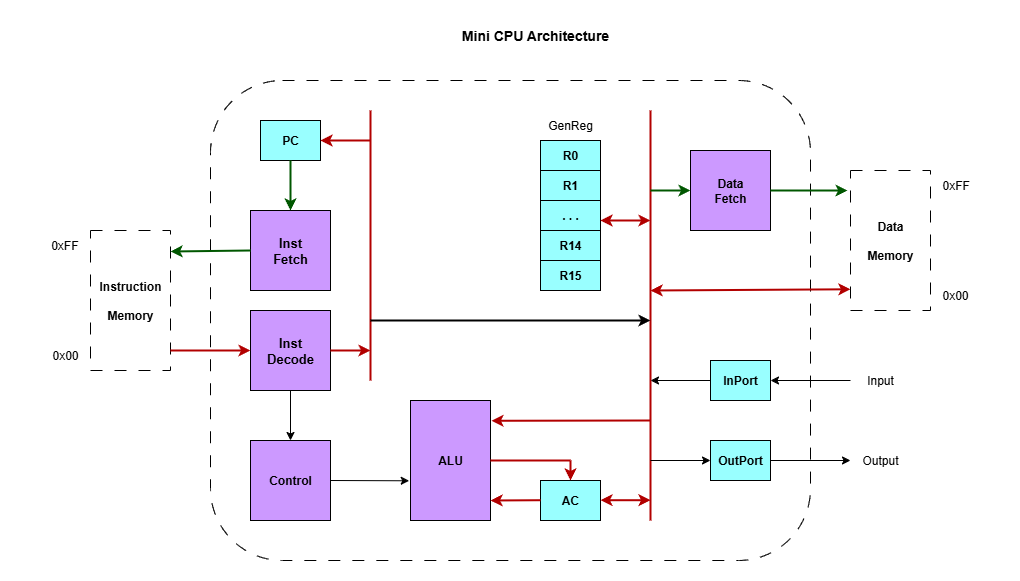
Earlier version of the draw.io export dev/mini_cpu/MiniCPU-Architecture.png (dervish77/adgf). Source tidied: cells renumbered, new cells last; positions are measured from the earlier drawing's top-left corner, leaving out a move shared by most shapes.
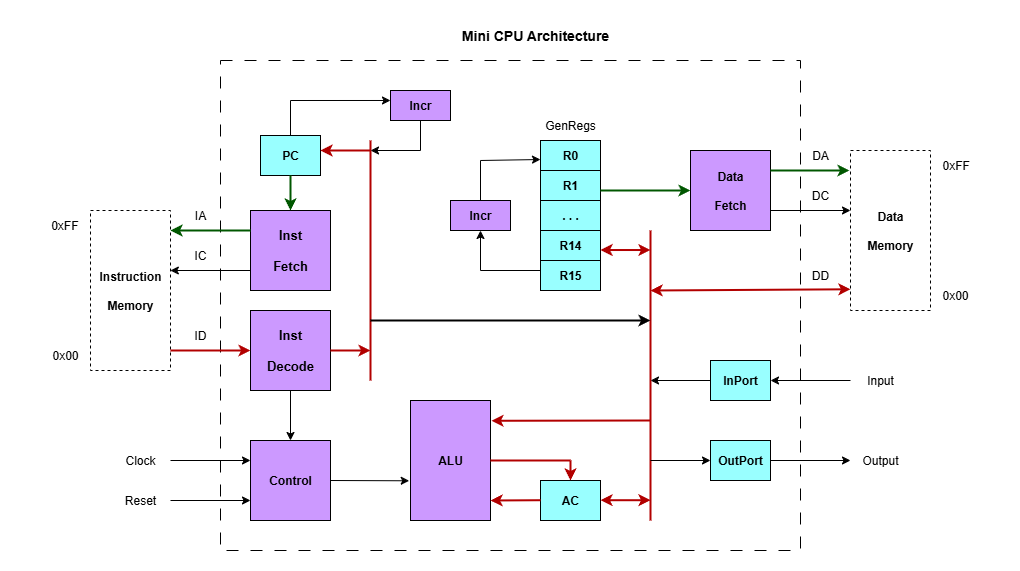
The same diagram one commit later.

Commit message:
added 'incr' blocks to architecture diagram

Change to the diagram source:
```diff
@@ -2,41 +2,41 @@
   <root>
     <mxCell id="0" />
     <mxCell id="1" parent="0" />
-    <mxCell id="2" style="rounded=1;whiteSpace=wrap;html=1;dashed=1;dashPattern=12 12;" parent="1" vertex="1">
-      <mxGeometry x="190" y="60" width="600" height="480" as="geometry" />
-    </mxCell>
+    <mxCell id="66" style="rounded=0;whiteSpace=wrap;html=1;dashed=1;dashPattern=12 12;" parent="1" vertex="1">
+      <mxGeometry x="200" y="40" width="580" height="490" as="geometry" />
+    </mxCell>
     <mxCell id="3" value="&lt;b&gt;&lt;font style=&quot;font-size: 14px;&quot;&gt;Mini CPU Architecture&lt;/font&gt;&lt;/b&gt;" style="text;html=1;align=center;verticalAlign=middle;whiteSpace=wrap;rounded=0;" parent="1" vertex="1">
       <mxGeometry x="380" width="270" height="30" as="geometry" />
     </mxCell>
     <mxCell id="4" style="rounded=0;whiteSpace=wrap;html=1;fillColor=#CC99FF;" parent="1" vertex="1">
       <mxGeometry x="230" y="190" width="80" height="80" as="geometry" />
     </mxCell>
-    <mxCell id="5" value="&lt;b&gt;&lt;font style=&quot;font-size: 13px;&quot;&gt;Inst&lt;/font&gt;&lt;/b&gt;&lt;div&gt;&lt;b&gt;&lt;font style=&quot;font-size: 13px;&quot;&gt;Fetch&lt;/font&gt;&lt;/b&gt;&lt;/div&gt;" style="text;html=1;align=center;verticalAlign=middle;whiteSpace=wrap;rounded=0;" parent="1" vertex="1">
+    <mxCell id="5" value="&lt;b&gt;&lt;font style=&quot;font-size: 13px;&quot;&gt;Inst&lt;/font&gt;&lt;/b&gt;&lt;div&gt;&lt;span style=&quot;font-size: 13px;&quot;&gt;&lt;b&gt;&lt;br&gt;&lt;/b&gt;&lt;/span&gt;&lt;div&gt;&lt;b&gt;&lt;font style=&quot;font-size: 13px;&quot;&gt;Fetch&lt;/font&gt;&lt;/b&gt;&lt;/div&gt;&lt;/div&gt;" style="text;html=1;align=center;verticalAlign=middle;whiteSpace=wrap;rounded=0;" parent="1" vertex="1">
       <mxGeometry x="240" y="215" width="60" height="30" as="geometry" />
     </mxCell>
-    <mxCell id="6" style="rounded=0;whiteSpace=wrap;html=1;dashed=1;dashPattern=12 12;" parent="1" vertex="1">
-      <mxGeometry x="70" y="210" width="80" height="140" as="geometry" />
+    <mxCell id="6" style="rounded=0;whiteSpace=wrap;html=1;dashed=1;" parent="1" vertex="1">
+      <mxGeometry x="70" y="190" width="80" height="160" as="geometry" />
     </mxCell>
     <mxCell id="7" value="&lt;b&gt;Instruction&lt;/b&gt;&lt;div&gt;&lt;br&gt;&lt;div&gt;&lt;b&gt;Memory&lt;/b&gt;&lt;/div&gt;&lt;/div&gt;" style="text;html=1;align=center;verticalAlign=middle;whiteSpace=wrap;rounded=0;" parent="1" vertex="1">
-      <mxGeometry x="80" y="270" width="60" height="20" as="geometry" />
+      <mxGeometry x="80" y="260" width="60" height="20" as="geometry" />
     </mxCell>
     <mxCell id="8" value="0x00" style="text;html=1;align=right;verticalAlign=middle;whiteSpace=wrap;rounded=0;" parent="1" vertex="1">
       <mxGeometry y="320" width="60" height="30" as="geometry" />
     </mxCell>
     <mxCell id="9" value="0xFF" style="text;html=1;align=right;verticalAlign=middle;whiteSpace=wrap;rounded=0;" parent="1" vertex="1">
-      <mxGeometry y="210" width="60" height="30" as="geometry" />
+      <mxGeometry y="190" width="60" height="30" as="geometry" />
     </mxCell>
-    <mxCell id="10" style="rounded=0;whiteSpace=wrap;html=1;dashed=1;dashPattern=12 12;" parent="1" vertex="1">
-      <mxGeometry x="830" y="150" width="80" height="140" as="geometry" />
+    <mxCell id="10" style="rounded=0;whiteSpace=wrap;html=1;dashed=1;" parent="1" vertex="1">
+      <mxGeometry x="830" y="130" width="80" height="160" as="geometry" />
     </mxCell>
     <mxCell id="11" value="&lt;b&gt;Data&lt;/b&gt;&lt;div&gt;&lt;b&gt;&lt;br&gt;&lt;/b&gt;&lt;/div&gt;&lt;div&gt;&lt;b&gt;Memory&lt;/b&gt;&lt;/div&gt;" style="text;html=1;align=center;verticalAlign=middle;whiteSpace=wrap;rounded=0;" parent="1" vertex="1">
-      <mxGeometry x="840" y="210" width="60" height="20" as="geometry" />
+      <mxGeometry x="840" y="200" width="60" height="20" as="geometry" />
     </mxCell>
     <mxCell id="12" value="0x00" style="text;html=1;align=left;verticalAlign=middle;whiteSpace=wrap;rounded=0;" parent="1" vertex="1">
       <mxGeometry x="920" y="260" width="60" height="30" as="geometry" />
     </mxCell>
     <mxCell id="13" value="0xFF" style="text;html=1;align=left;verticalAlign=middle;whiteSpace=wrap;rounded=0;" parent="1" vertex="1">
-      <mxGeometry x="920" y="150" width="60" height="30" as="geometry" />
+      <mxGeometry x="920" y="130" width="60" height="30" as="geometry" />
     </mxCell>
     <mxCell id="14" value="Output" style="text;html=1;align=center;verticalAlign=middle;whiteSpace=wrap;rounded=0;" parent="1" vertex="1">
       <mxGeometry x="830" y="425" width="60" height="30" as="geometry" />
@@ -47,20 +47,20 @@
     <mxCell id="16" style="rounded=0;whiteSpace=wrap;html=1;fillColor=#CC99FF;" parent="1" vertex="1">
       <mxGeometry x="230" y="290" width="80" height="80" as="geometry" />
     </mxCell>
-    <mxCell id="17" value="&lt;b&gt;&lt;font style=&quot;font-size: 13px;&quot;&gt;Inst&lt;/font&gt;&lt;/b&gt;&lt;div&gt;&lt;b&gt;&lt;font style=&quot;font-size: 13px;&quot;&gt;Decode&lt;/font&gt;&lt;/b&gt;&lt;/div&gt;" style="text;html=1;align=center;verticalAlign=middle;whiteSpace=wrap;rounded=0;" parent="1" vertex="1">
+    <mxCell id="17" value="&lt;b&gt;&lt;font style=&quot;font-size: 13px;&quot;&gt;Inst&lt;/font&gt;&lt;/b&gt;&lt;div&gt;&lt;span style=&quot;font-size: 13px;&quot;&gt;&lt;b&gt;&lt;br&gt;&lt;/b&gt;&lt;/span&gt;&lt;div&gt;&lt;b&gt;&lt;font style=&quot;font-size: 13px;&quot;&gt;Decode&lt;/font&gt;&lt;/b&gt;&lt;/div&gt;&lt;/div&gt;" style="text;html=1;align=center;verticalAlign=middle;whiteSpace=wrap;rounded=0;" parent="1" vertex="1">
       <mxGeometry x="240" y="315" width="60" height="30" as="geometry" />
     </mxCell>
     <mxCell id="18" style="rounded=0;whiteSpace=wrap;html=1;fillColor=#CC99FF;" parent="1" vertex="1">
       <mxGeometry x="670" y="130" width="80" height="80" as="geometry" />
     </mxCell>
-    <mxCell id="19" value="&lt;b&gt;Data&lt;/b&gt;&lt;div&gt;&lt;b&gt;Fetch&lt;/b&gt;&lt;/div&gt;" style="text;html=1;align=center;verticalAlign=middle;whiteSpace=wrap;rounded=0;" parent="1" vertex="1">
+    <mxCell id="19" value="&lt;b&gt;Data&lt;/b&gt;&lt;div&gt;&lt;b&gt;&lt;br&gt;&lt;/b&gt;&lt;div&gt;&lt;b&gt;Fetch&lt;/b&gt;&lt;/div&gt;&lt;/div&gt;" style="text;html=1;align=center;verticalAlign=middle;whiteSpace=wrap;rounded=0;" parent="1" vertex="1">
       <mxGeometry x="680" y="155" width="60" height="30" as="geometry" />
     </mxCell>
     <mxCell id="20" style="rounded=0;whiteSpace=wrap;html=1;fillColor=#99FFFF;" parent="1" vertex="1">
-      <mxGeometry x="240" y="100" width="60" height="40" as="geometry" />
+      <mxGeometry x="240" y="115" width="60" height="40" as="geometry" />
     </mxCell>
     <mxCell id="21" value="&lt;b&gt;PC&lt;/b&gt;" style="text;html=1;align=center;verticalAlign=middle;whiteSpace=wrap;rounded=0;" parent="1" vertex="1">
-      <mxGeometry x="240" y="105" width="60" height="30" as="geometry" />
+      <mxGeometry x="240" y="120" width="60" height="30" as="geometry" />
     </mxCell>
     <mxCell id="22" style="rounded=0;whiteSpace=wrap;html=1;fillColor=#99FFFF;" parent="1" vertex="1">
       <mxGeometry x="520" y="460" width="60" height="40" as="geometry" />
@@ -74,9 +74,9 @@
     <mxCell id="25" value="&lt;b&gt;ALU&lt;/b&gt;" style="text;html=1;align=center;verticalAlign=middle;whiteSpace=wrap;rounded=0;" parent="1" vertex="1">
       <mxGeometry x="400" y="425" width="60" height="30" as="geometry" />
     </mxCell>
-    <mxCell id="26" style="endArrow=classic;html=1;rounded=0;entryX=1;entryY=0.15;entryDx=0;entryDy=0;entryPerimeter=0;strokeWidth=2;fillColor=#008a00;strokeColor=#005700;" parent="1" edge="1" target="6">
+    <mxCell id="26" style="endArrow=classic;html=1;rounded=0;strokeWidth=2;fillColor=#008a00;strokeColor=#005700;exitX=0;exitY=0.25;exitDx=0;exitDy=0;" parent="1" edge="1" source="4">
       <mxGeometry relative="1" as="geometry">
-        <mxPoint x="230" y="230" as="sourcePoint" />
+        <mxPoint x="150" y="210" as="targetPoint" />
       </mxGeometry>
     </mxCell>
     <mxCell id="27" style="endArrow=classic;html=1;rounded=0;entryX=0;entryY=0.5;entryDx=0;entryDy=0;strokeWidth=2;fillColor=#e51400;strokeColor=#B20000;" parent="1" edge="1" target="16">
@@ -84,14 +84,12 @@
         <mxPoint x="150" y="330" as="sourcePoint" />
       </mxGeometry>
     </mxCell>
-    <mxCell id="28" style="endArrow=classic;html=1;rounded=0;entryX=0.5;entryY=0;entryDx=0;entryDy=0;strokeWidth=2;fillColor=#008a00;strokeColor=#005700;" parent="1" edge="1" target="4">
-      <mxGeometry relative="1" as="geometry">
-        <mxPoint x="270" y="140" as="sourcePoint" />
-      </mxGeometry>
+    <mxCell id="28" style="endArrow=classic;html=1;rounded=0;entryX=0.5;entryY=0;entryDx=0;entryDy=0;strokeWidth=2;fillColor=#008a00;strokeColor=#005700;exitX=0.5;exitY=1;exitDx=0;exitDy=0;" parent="1" edge="1" source="20" target="4">
+      <mxGeometry relative="1" as="geometry" />
     </mxCell>
-    <mxCell id="29" style="endArrow=classic;html=1;rounded=0;entryX=-0.037;entryY=0.143;entryDx=0;entryDy=0;entryPerimeter=0;strokeWidth=2;fillColor=#008a00;strokeColor=#005700;" parent="1" edge="1" target="10">
+    <mxCell id="29" style="endArrow=classic;html=1;rounded=0;strokeWidth=2;fillColor=#008a00;strokeColor=#005700;exitX=1;exitY=0.25;exitDx=0;exitDy=0;" parent="1" edge="1" source="18">
       <mxGeometry relative="1" as="geometry">
-        <mxPoint x="750" y="170" as="sourcePoint" />
+        <mxPoint x="829" y="150" as="targetPoint" />
       </mxGeometry>
     </mxCell>
     <mxCell id="30" style="rounded=0;whiteSpace=wrap;html=1;fillColor=#99FFFF;" parent="1" vertex="1">
@@ -124,7 +122,7 @@
     <mxCell id="39" value="&lt;b&gt;R15&lt;/b&gt;" style="text;html=1;align=center;verticalAlign=middle;whiteSpace=wrap;rounded=0;" parent="1" vertex="1">
       <mxGeometry x="520" y="240" width="60" height="30" as="geometry" />
     </mxCell>
-    <mxCell id="40" value="GenReg" style="text;html=1;align=center;verticalAlign=middle;whiteSpace=wrap;rounded=0;" parent="1" vertex="1">
+    <mxCell id="40" value="GenRegs" style="text;html=1;align=center;verticalAlign=middle;whiteSpace=wrap;rounded=0;" parent="1" vertex="1">
       <mxGeometry x="520" y="90" width="60" height="30" as="geometry" />
     </mxCell>
     <mxCell id="41" style="rounded=0;whiteSpace=wrap;html=1;fillColor=#CC99FF;" parent="1" vertex="1">
@@ -136,7 +134,7 @@
     <mxCell id="43" style="endArrow=none;html=1;rounded=0;strokeWidth=2;fillColor=#e51400;strokeColor=#B20000;" parent="1" edge="1">
       <mxGeometry relative="1" as="geometry">
         <mxPoint x="350" y="360" as="sourcePoint" />
-        <mxPoint x="350" y="90" as="targetPoint" />
+        <mxPoint x="350" y="120" as="targetPoint" />
       </mxGeometry>
     </mxCell>
     <mxCell id="44" style="endArrow=classic;html=1;rounded=0;strokeWidth=2;fillColor=#e51400;strokeColor=#B20000;" parent="1" edge="1">
@@ -145,9 +143,10 @@
         <mxPoint x="350" y="330" as="targetPoint" />
       </mxGeometry>
     </mxCell>
-    <mxCell id="45" style="endArrow=classic;html=1;rounded=0;entryX=1;entryY=0.5;entryDx=0;entryDy=0;strokeWidth=2;fillColor=#e51400;strokeColor=#B20000;" parent="1" edge="1" target="21">
+    <mxCell id="45" style="endArrow=classic;html=1;rounded=0;entryX=1;entryY=0.5;entryDx=0;entryDy=0;strokeWidth=2;fillColor=#e51400;strokeColor=#B20000;" parent="1" edge="1">
       <mxGeometry relative="1" as="geometry">
-        <mxPoint x="350" y="120" as="sourcePoint" />
+        <mxPoint x="350" y="130" as="sourcePoint" />
+        <mxPoint x="300" y="130" as="targetPoint" />
       </mxGeometry>
     </mxCell>
     <mxCell id="46" style="endArrow=classic;html=1;rounded=0;" parent="1" edge="1">
@@ -159,7 +158,7 @@
     <mxCell id="47" style="endArrow=none;html=1;rounded=0;strokeWidth=2;fillColor=#e51400;strokeColor=#B20000;" parent="1" edge="1">
       <mxGeometry relative="1" as="geometry">
         <mxPoint x="630" y="500" as="sourcePoint" />
-        <mxPoint x="630" y="90" as="targetPoint" />
+        <mxPoint x="630" y="210" as="targetPoint" />
       </mxGeometry>
     </mxCell>
     <mxCell id="48" style="endArrow=classic;html=1;rounded=0;strokeWidth=2;" parent="1" edge="1">
@@ -176,8 +175,8 @@
     </mxCell>
     <mxCell id="50" style="endArrow=classic;startArrow=classic;html=1;rounded=0;strokeWidth=2;fillColor=#e51400;strokeColor=#B20000;" parent="1" edge="1">
       <mxGeometry relative="1" as="geometry">
-        <mxPoint x="580" y="200" as="sourcePoint" />
-        <mxPoint x="630" y="200" as="targetPoint" />
+        <mxPoint x="580" y="229.5" as="sourcePoint" />
+        <mxPoint x="630" y="229.5" as="targetPoint" />
       </mxGeometry>
     </mxCell>
     <mxCell id="51" style="endArrow=classic;startArrow=classic;html=1;rounded=0;strokeWidth=2;fillColor=#e51400;strokeColor=#B20000;" parent="1" edge="1">
@@ -250,8 +249,108 @@
     </mxCell>
     <mxCell id="65" style="endArrow=classic;html=1;rounded=0;entryX=0;entryY=0.5;entryDx=0;entryDy=0;fillColor=#008a00;strokeColor=#005700;strokeWidth=2;" parent="1" edge="1" target="18">
       <mxGeometry relative="1" as="geometry">
-        <mxPoint x="630" y="170" as="sourcePoint" />
+        <mxPoint x="580" y="170" as="sourcePoint" />
       </mxGeometry>
     </mxCell>
+    <mxCell id="67" style="rounded=0;whiteSpace=wrap;html=1;fillColor=#CC99FF;" parent="1" vertex="1">
+      <mxGeometry x="430" y="180" width="60" height="30" as="geometry" />
+    </mxCell>
+    <mxCell id="68" value="&lt;b&gt;Incr&lt;/b&gt;" style="text;html=1;align=center;verticalAlign=middle;whiteSpace=wrap;rounded=0;" parent="1" vertex="1">
+      <mxGeometry x="430" y="180" width="60" height="30" as="geometry" />
+    </mxCell>
+    <mxCell id="69" style="rounded=0;whiteSpace=wrap;html=1;fillColor=#CC99FF;" parent="1" vertex="1">
+      <mxGeometry x="370" y="70" width="60" height="30" as="geometry" />
+    </mxCell>
+    <mxCell id="70" value="&lt;b&gt;Incr&lt;/b&gt;" style="text;html=1;align=center;verticalAlign=middle;whiteSpace=wrap;rounded=0;" parent="1" vertex="1">
+      <mxGeometry x="370" y="70" width="60" height="30" as="geometry" />
+    </mxCell>
+    <mxCell id="71" style="endArrow=none;html=1;rounded=0;" parent="1" edge="1">
+      <mxGeometry relative="1" as="geometry">
+        <mxPoint x="270" y="115" as="sourcePoint" />
+        <mxPoint x="270" y="80" as="targetPoint" />
+      </mxGeometry>
+    </mxCell>
+    <mxCell id="72" style="endArrow=classic;html=1;rounded=0;entryX=0;entryY=0.333;entryDx=0;entryDy=0;entryPerimeter=0;" parent="1" edge="1" target="70">
+      <mxGeometry relative="1" as="geometry">
+        <mxPoint x="270" y="80" as="sourcePoint" />
+      </mxGeometry>
+    </mxCell>
+    <mxCell id="73" style="endArrow=none;html=1;rounded=0;" parent="1" edge="1">
+      <mxGeometry relative="1" as="geometry">
+        <mxPoint x="400" y="130" as="sourcePoint" />
+        <mxPoint x="400" y="100" as="targetPoint" />
+      </mxGeometry>
+    </mxCell>
+    <mxCell id="74" style="endArrow=classic;html=1;rounded=0;" parent="1" edge="1">
+      <mxGeometry relative="1" as="geometry">
+        <mxPoint x="400" y="130" as="sourcePoint" />
+        <mxPoint x="350" y="130" as="targetPoint" />
+      </mxGeometry>
+    </mxCell>
+    <mxCell id="75" style="endArrow=none;html=1;rounded=0;" parent="1" edge="1">
+      <mxGeometry relative="1" as="geometry">
+        <mxPoint x="460" y="250" as="sourcePoint" />
+        <mxPoint x="520" y="250" as="targetPoint" />
+      </mxGeometry>
+    </mxCell>
+    <mxCell id="76" style="endArrow=classic;html=1;rounded=0;entryX=0.5;entryY=1;entryDx=0;entryDy=0;" parent="1" edge="1" target="68">
+      <mxGeometry relative="1" as="geometry">
+        <mxPoint x="460" y="250" as="sourcePoint" />
+      </mxGeometry>
+    </mxCell>
+    <mxCell id="77" style="endArrow=none;html=1;rounded=0;" parent="1" edge="1">
+      <mxGeometry relative="1" as="geometry">
+        <mxPoint x="460" y="180" as="sourcePoint" />
+        <mxPoint x="460" y="140" as="targetPoint" />
+      </mxGeometry>
+    </mxCell>
+    <mxCell id="78" style="endArrow=classic;html=1;rounded=0;" parent="1" edge="1">
+      <mxGeometry relative="1" as="geometry">
+        <mxPoint x="460" y="140" as="sourcePoint" />
+        <mxPoint x="520" y="139" as="targetPoint" />
+      </mxGeometry>
+    </mxCell>
+    <mxCell id="79" value="ID" style="text;html=1;align=center;verticalAlign=middle;whiteSpace=wrap;rounded=0;" parent="1" vertex="1">
+      <mxGeometry x="150" y="300" width="60" height="30" as="geometry" />
+    </mxCell>
+    <mxCell id="80" value="DA" style="text;html=1;align=center;verticalAlign=middle;whiteSpace=wrap;rounded=0;" parent="1" vertex="1">
+      <mxGeometry x="770" y="120" width="60" height="30" as="geometry" />
+    </mxCell>
+    <mxCell id="81" value="DD" style="text;html=1;align=center;verticalAlign=middle;whiteSpace=wrap;rounded=0;" parent="1" vertex="1">
+      <mxGeometry x="770" y="240" width="60" height="30" as="geometry" />
+    </mxCell>
+    <mxCell id="82" style="endArrow=classic;html=1;rounded=0;entryX=0;entryY=0.25;entryDx=0;entryDy=0;" parent="1" edge="1" target="41">
+      <mxGeometry relative="1" as="geometry">
+        <mxPoint x="150" y="440" as="sourcePoint" />
+      </mxGeometry>
+    </mxCell>
+    <mxCell id="83" style="endArrow=classic;html=1;rounded=0;entryX=0;entryY=0.75;entryDx=0;entryDy=0;" parent="1" edge="1" target="41">
+      <mxGeometry relative="1" as="geometry">
+        <mxPoint x="150" y="480" as="sourcePoint" />
+      </mxGeometry>
+    </mxCell>
+    <mxCell id="84" value="Clock" style="text;html=1;align=center;verticalAlign=middle;whiteSpace=wrap;rounded=0;" parent="1" vertex="1">
+      <mxGeometry x="90" y="425" width="60" height="30" as="geometry" />
+    </mxCell>
+    <mxCell id="85" value="Reset" style="text;html=1;align=center;verticalAlign=middle;whiteSpace=wrap;rounded=0;" parent="1" vertex="1">
+      <mxGeometry x="90" y="465" width="60" height="30" as="geometry" />
+    </mxCell>
+    <mxCell id="86" style="endArrow=classic;html=1;rounded=0;entryX=0.998;entryY=0.375;entryDx=0;entryDy=0;entryPerimeter=0;" parent="1" edge="1" target="6">
+      <mxGeometry relative="1" as="geometry">
+        <mxPoint x="230" y="250" as="sourcePoint" />
+      </mxGeometry>
+    </mxCell>
+    <mxCell id="87" value="IA" style="text;html=1;align=center;verticalAlign=middle;whiteSpace=wrap;rounded=0;" parent="1" vertex="1">
+      <mxGeometry x="150" y="180" width="60" height="30" as="geometry" />
+    </mxCell>
+    <mxCell id="88" value="IC" style="text;html=1;align=center;verticalAlign=middle;whiteSpace=wrap;rounded=0;" parent="1" vertex="1">
+      <mxGeometry x="150" y="220" width="60" height="30" as="geometry" />
+    </mxCell>
+    <mxCell id="89" style="endArrow=classic;html=1;rounded=0;exitX=1;exitY=0.75;exitDx=0;exitDy=0;entryX=0;entryY=0.375;entryDx=0;entryDy=0;entryPerimeter=0;" parent="1" edge="1" source="18" target="10">
+      <mxGeometry relative="1" as="geometry" />
+    </mxCell>
+    <mxCell id="90" value="DC" style="text;html=1;align=center;verticalAlign=middle;whiteSpace=wrap;rounded=0;" parent="1" vertex="1">
+      <mxGeometry x="770" y="160" width="60" height="30" as="geometry" />
+    </mxCell>
   </root>
 </mxGraphModel>
```
